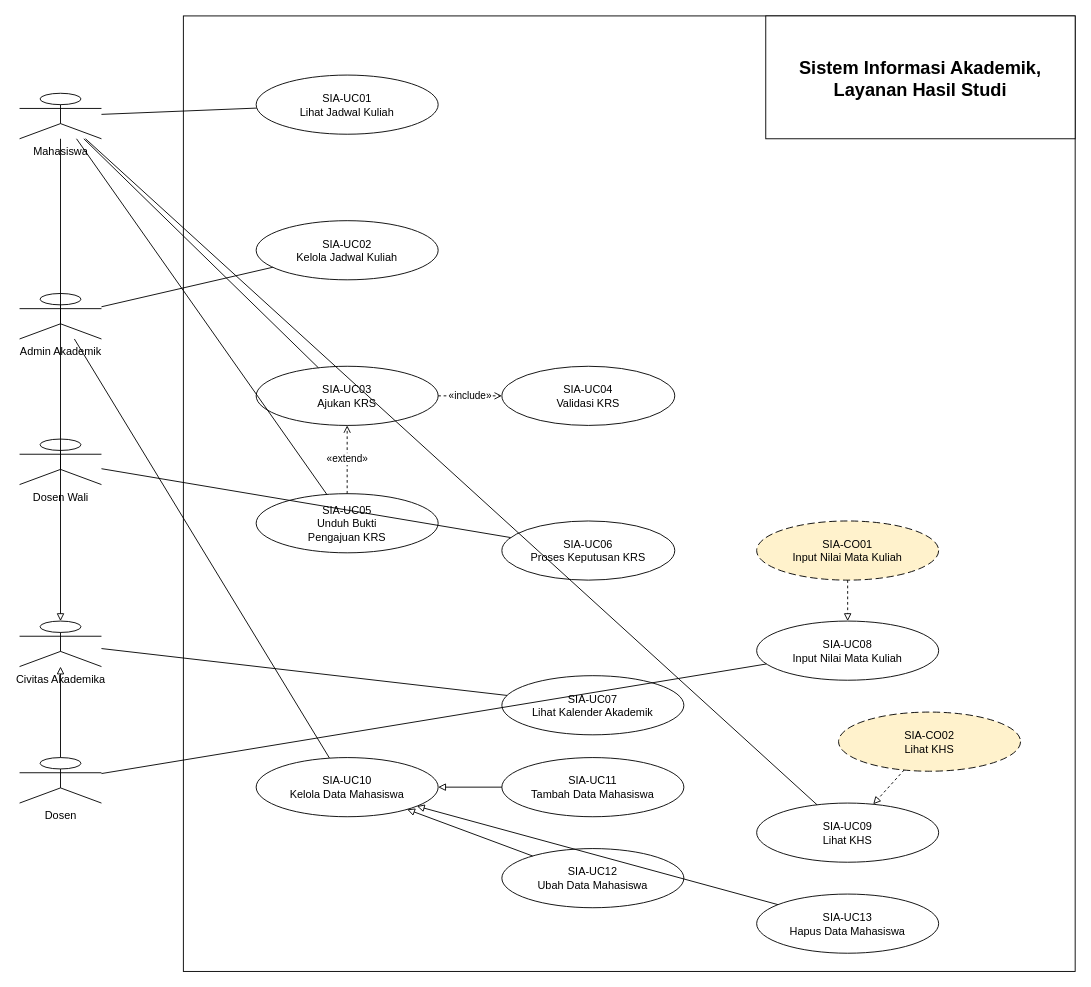
The draw.io diagram 03_latihan_tools/P04/SIA/P04_2406095_SIA_usecase_v01.drawio in yusefnurkholis/IFRWP5149_2406095_LabAlat., before the edit. Source tidied: cells renumbered, new cells numbered last; positions are measured from the earlier drawing's top-left corner, leaving out a move shared by most shapes. Both pictures are drawn from the tidied source at 91%, with x=0, y=0 at pixel (19, 15).
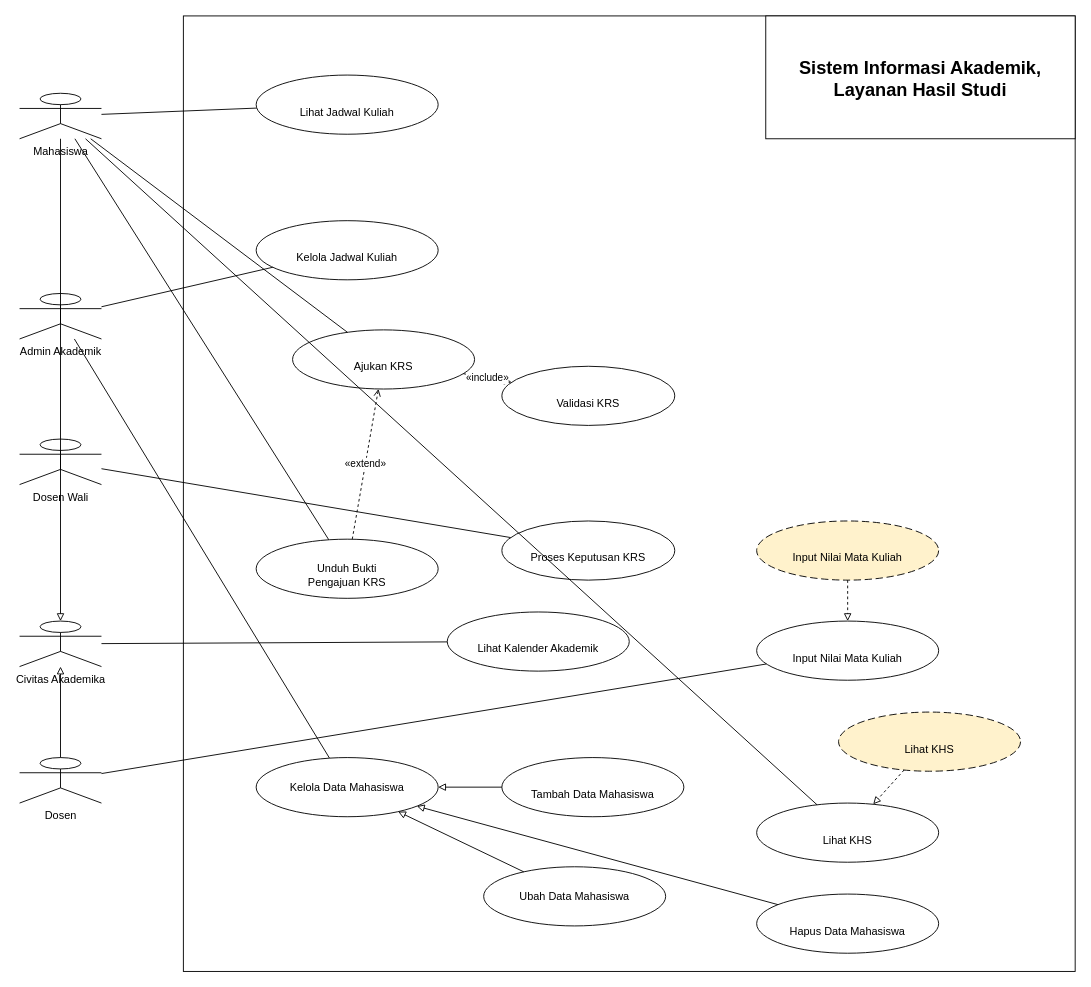
The same diagram, later.

Unchanged cells that the change refers to:
```xml
<mxCell id="7" style="rounded=0;whiteSpace=wrap;html=1;" parent="1" vertex="1">
  <mxGeometry x="180" width="980" height="1050" as="geometry" />
</mxCell>
```

The edit, as a diff of the source:
```diff
@@
-    <mxCell id="8" value="SIA-CO01&#10;Input Nilai Mata Kuliah" style="ellipse;dashed=1;dashPattern=8 4;whiteSpace=wrap;html=1;align=center;verticalAlign=middle;fillColor=#fff2cc;" parent="7" vertex="1">
+    <mxCell id="8" value="&lt;br&gt;Input Nilai Mata Kuliah" style="ellipse;dashed=1;dashPattern=8 4;whiteSpace=wrap;html=1;align=center;verticalAlign=middle;fillColor=#fff2cc;" parent="7" vertex="1">
       <mxGeometry x="630" y="555" width="200" height="65" as="geometry" />
     </mxCell>
-    <mxCell id="9" value="SIA-UC08&#10;Input Nilai Mata Kuliah" style="ellipse;whiteSpace=wrap;html=1;align=center;verticalAlign=middle;" parent="7" vertex="1">
+    <mxCell id="9" value="&lt;br&gt;Input Nilai Mata Kuliah" style="ellipse;whiteSpace=wrap;html=1;align=center;verticalAlign=middle;" parent="7" vertex="1">
       <mxGeometry x="630" y="665" width="200" height="65" as="geometry" />
     </mxCell>
@@
-    <mxCell id="11" value="SIA-CO02&#10;Lihat KHS" style="ellipse;dashed=1;dashPattern=8 4;whiteSpace=wrap;html=1;align=center;verticalAlign=middle;fillColor=#fff2cc;" parent="7" vertex="1">
+    <mxCell id="11" value="&lt;br&gt;Lihat KHS" style="ellipse;dashed=1;dashPattern=8 4;whiteSpace=wrap;html=1;align=center;verticalAlign=middle;fillColor=#fff2cc;" parent="7" vertex="1">
       <mxGeometry x="720" y="765" width="200" height="65" as="geometry" />
     </mxCell>
@@
+    <mxCell id="15" value="&lt;br&gt;Ajukan KRS" style="ellipse;whiteSpace=wrap;html=1;align=center;verticalAlign=middle;" parent="7" vertex="1">
+      <mxGeometry x="120" y="345" width="200" height="65" as="geometry" />
+    </mxCell>
+    <mxCell id="17" value="&lt;br&gt;Unduh Bukti&lt;br&gt;Pengajuan KRS" style="ellipse;whiteSpace=wrap;html=1;align=center;verticalAlign=middle;" parent="7" vertex="1">
+      <mxGeometry x="80" y="575" width="200" height="65" as="geometry" />
+    </mxCell>
+    <mxCell id="35" value="«extend»" style="dashed=1;endArrow=open;endFill=0;html=1;" parent="7" edge="1" source="17" target="15">
+      <mxGeometry relative="1" as="geometry" />
+    </mxCell>
+    <mxCell id="19" value="&lt;br&gt;Lihat Kalender Akademik" style="ellipse;whiteSpace=wrap;html=1;align=center;verticalAlign=middle;" parent="7" vertex="1">
+      <mxGeometry x="290" y="655" width="200" height="65" as="geometry" />
+    </mxCell>
+    <mxCell id="23" value="Ubah Data Mahasiswa" style="ellipse;whiteSpace=wrap;html=1;align=center;verticalAlign=middle;" parent="7" vertex="1">
+      <mxGeometry x="330" y="935" width="200" height="65" as="geometry" />
+    </mxCell>
-    <mxCell id="13" value="SIA-UC01&#10;Lihat Jadwal Kuliah" style="ellipse;whiteSpace=wrap;html=1;align=center;verticalAlign=middle;" parent="1" vertex="1">
+    <mxCell id="13" value="&lt;br&gt;Lihat Jadwal Kuliah" style="ellipse;whiteSpace=wrap;html=1;align=center;verticalAlign=middle;" parent="1" vertex="1">
       <mxGeometry x="260" y="65" width="200" height="65" as="geometry" />
     </mxCell>
-    <mxCell id="14" value="SIA-UC02&#10;Kelola Jadwal Kuliah" style="ellipse;whiteSpace=wrap;html=1;align=center;verticalAlign=middle;" parent="1" vertex="1">
+    <mxCell id="14" value="&lt;br&gt;Kelola Jadwal Kuliah" style="ellipse;whiteSpace=wrap;html=1;align=center;verticalAlign=middle;" parent="1" vertex="1">
       <mxGeometry x="260" y="225" width="200" height="65" as="geometry" />
     </mxCell>
-    <mxCell id="15" value="SIA-UC03&#10;Ajukan KRS" style="ellipse;whiteSpace=wrap;html=1;align=center;verticalAlign=middle;" parent="1" vertex="1">
-      <mxGeometry x="260" y="385" width="200" height="65" as="geometry" />
-    </mxCell>
-    <mxCell id="16" value="SIA-UC04&#10;Validasi KRS" style="ellipse;whiteSpace=wrap;html=1;align=center;verticalAlign=middle;" parent="1" vertex="1">
+    <mxCell id="16" value="&lt;br&gt;Validasi KRS" style="ellipse;whiteSpace=wrap;html=1;align=center;verticalAlign=middle;" parent="1" vertex="1">
       <mxGeometry x="530" y="385" width="190" height="65" as="geometry" />
     </mxCell>
-    <mxCell id="17" value="SIA-UC05&#10;Unduh Bukti&#10;Pengajuan KRS" style="ellipse;whiteSpace=wrap;html=1;align=center;verticalAlign=middle;" parent="1" vertex="1">
-      <mxGeometry x="260" y="525" width="200" height="65" as="geometry" />
-    </mxCell>
-    <mxCell id="18" value="SIA-UC06&#10;Proses Keputusan KRS" style="ellipse;whiteSpace=wrap;html=1;align=center;verticalAlign=middle;" parent="1" vertex="1">
+    <mxCell id="18" value="&lt;br&gt;Proses Keputusan KRS" style="ellipse;whiteSpace=wrap;html=1;align=center;verticalAlign=middle;" parent="1" vertex="1">
       <mxGeometry x="530" y="555" width="190" height="65" as="geometry" />
     </mxCell>
-    <mxCell id="19" value="SIA-UC07&#10;Lihat Kalender Akademik" style="ellipse;whiteSpace=wrap;html=1;align=center;verticalAlign=middle;" parent="1" vertex="1">
-      <mxGeometry x="530" y="725" width="200" height="65" as="geometry" />
-    </mxCell>
-    <mxCell id="20" value="SIA-UC09&#10;Lihat KHS" style="ellipse;whiteSpace=wrap;html=1;align=center;verticalAlign=middle;" parent="1" vertex="1">
+    <mxCell id="20" value="&lt;br&gt;Lihat KHS" style="ellipse;whiteSpace=wrap;html=1;align=center;verticalAlign=middle;" parent="1" vertex="1">
       <mxGeometry x="810" y="865" width="200" height="65" as="geometry" />
     </mxCell>
-    <mxCell id="21" value="SIA-UC10&#10;Kelola Data Mahasiswa" style="ellipse;whiteSpace=wrap;html=1;align=center;verticalAlign=middle;" parent="1" vertex="1">
+    <mxCell id="21" value="Kelola Data Mahasiswa" style="ellipse;whiteSpace=wrap;html=1;align=center;verticalAlign=middle;" parent="1" vertex="1">
       <mxGeometry x="260" y="815" width="200" height="65" as="geometry" />
     </mxCell>
-    <mxCell id="22" value="SIA-UC11&#10;Tambah Data Mahasiswa" style="ellipse;whiteSpace=wrap;html=1;align=center;verticalAlign=middle;" parent="1" vertex="1">
+    <mxCell id="22" value="&lt;br&gt;Tambah Data Mahasiswa" style="ellipse;whiteSpace=wrap;html=1;align=center;verticalAlign=middle;" parent="1" vertex="1">
       <mxGeometry x="530" y="815" width="200" height="65" as="geometry" />
     </mxCell>
-    <mxCell id="23" value="SIA-UC12&#10;Ubah Data Mahasiswa" style="ellipse;whiteSpace=wrap;html=1;align=center;verticalAlign=middle;" parent="1" vertex="1">
-      <mxGeometry x="530" y="915" width="200" height="65" as="geometry" />
-    </mxCell>
-    <mxCell id="24" value="SIA-UC13&#10;Hapus Data Mahasiswa" style="ellipse;whiteSpace=wrap;html=1;align=center;verticalAlign=middle;" parent="1" vertex="1">
+    <mxCell id="24" value="&lt;br&gt;Hapus Data Mahasiswa" style="ellipse;whiteSpace=wrap;html=1;align=center;verticalAlign=middle;" parent="1" vertex="1">
       <mxGeometry x="810" y="965" width="200" height="65" as="geometry" />
     </mxCell>
@@
-    <mxCell id="35" value="«extend»" style="dashed=1;endArrow=open;endFill=0;html=1;" parent="1" edge="1" source="17" target="15">
-      <mxGeometry relative="1" as="geometry" />
-    </mxCell>
```
